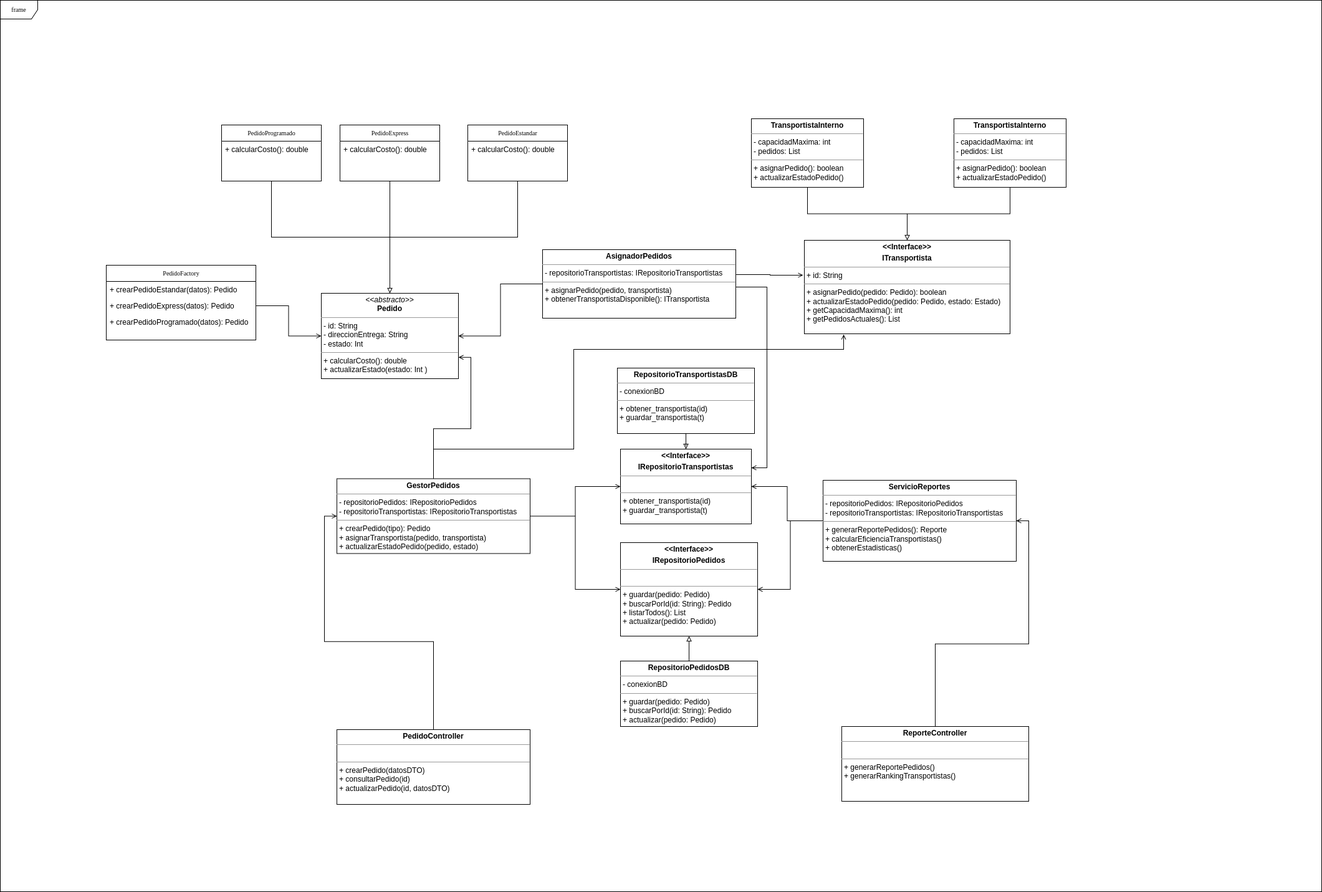
This is DiagramaPedidos.drawio.png from Oblum1989/taller_arquitectura_sw, a draw.io export, as it was before one commit. Source tidied: cells renumbered, new cells last; positions are measured from the earlier drawing's top-left corner, leaving out a move shared by most shapes.
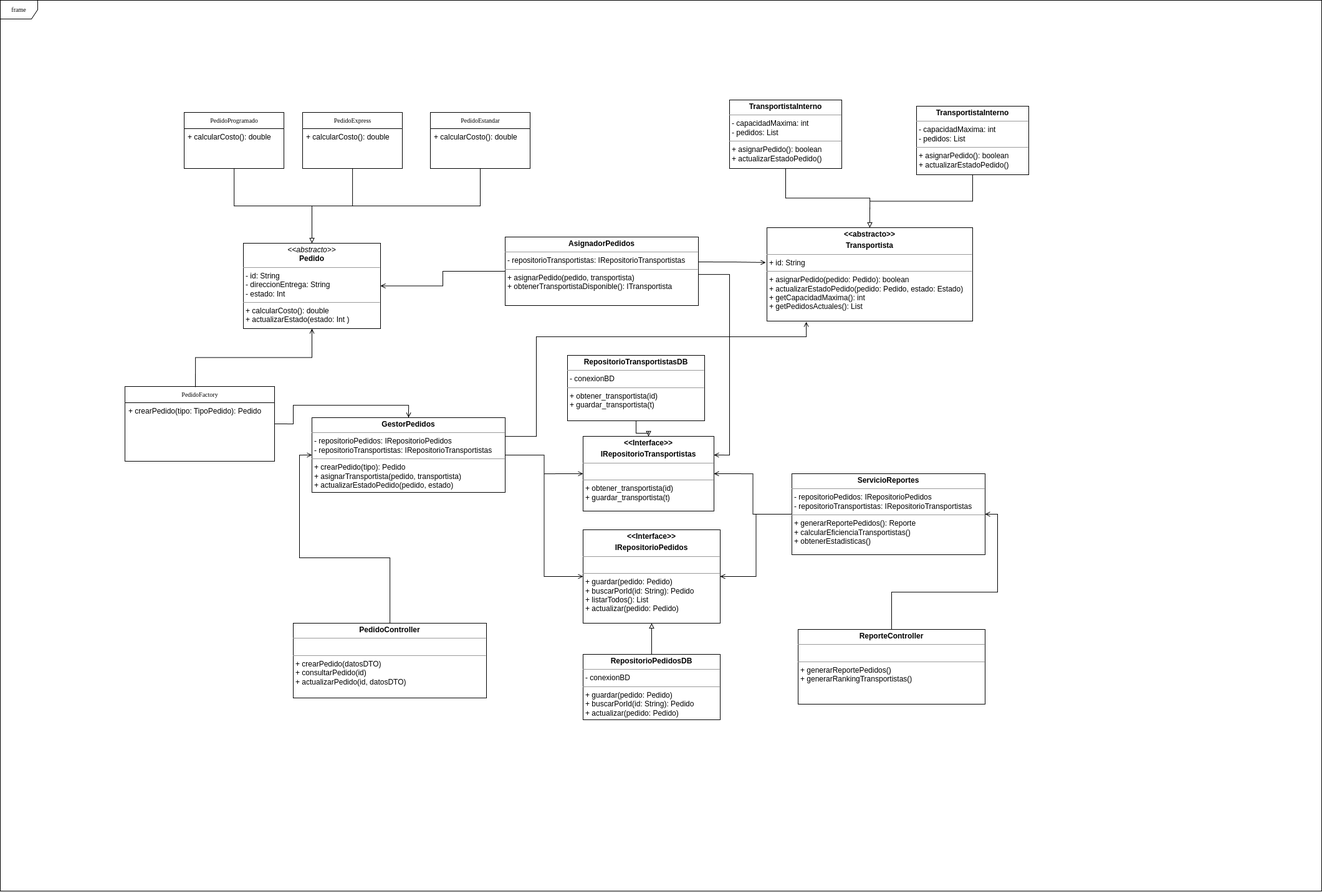
After the change.

Commit message:
Update UML diagram and refine design documentation for Delivery Management System

What changed in the source:
```diff
@@ -3,7 +3,7 @@
     <mxCell id="0" />
     <mxCell id="1" parent="0" />
     <mxCell id="2" value="frame" style="shape=umlFrame;whiteSpace=wrap;html=1;rounded=0;shadow=0;comic=0;labelBackgroundColor=none;strokeWidth=1;fontFamily=Verdana;fontSize=10;align=center;" parent="1" vertex="1">
-      <mxGeometry width="2120" height="1430" as="geometry" />
+      <mxGeometry x="60" y="20" width="2120" height="1430" as="geometry" />
     </mxCell>
     <mxCell id="3" style="edgeStyle=orthogonalEdgeStyle;rounded=0;html=1;dashed=1;labelBackgroundColor=none;startFill=0;endArrow=open;endFill=0;endSize=10;fontFamily=Verdana;fontSize=10;" parent="1" edge="1">
       <mxGeometry relative="1" as="geometry">
@@ -28,17 +28,11 @@
       <mxGeometry y="26" width="160" height="26" as="geometry" />
     </mxCell>
     <mxCell id="8" value="PedidoFactory" style="swimlane;html=1;fontStyle=0;horizontal=1;startSize=26;fillColor=none;swimlaneFillColor=#ffffff;rounded=0;shadow=0;comic=0;labelBackgroundColor=none;strokeWidth=1;fontFamily=Verdana;fontSize=10;align=center;" parent="1" vertex="1">
-      <mxGeometry x="170" y="425" width="240" height="120" as="geometry" />
+      <mxGeometry x="260" y="640" width="240" height="120" as="geometry" />
     </mxCell>
-    <mxCell id="9" value="+ crearPedidoEstandar(datos): Pedido" style="text;html=1;strokeColor=none;fillColor=none;align=left;verticalAlign=top;spacingLeft=4;spacingRight=4;whiteSpace=wrap;overflow=hidden;" parent="8" vertex="1">
+    <mxCell id="9" value="+ crearPedido(tipo: TipoPedido): Pedido" style="text;html=1;strokeColor=none;fillColor=none;align=left;verticalAlign=top;spacingLeft=4;spacingRight=4;whiteSpace=wrap;overflow=hidden;" parent="8" vertex="1">
       <mxGeometry y="26" width="240" height="26" as="geometry" />
     </mxCell>
-    <mxCell id="10" value="+ crearPedidoExpress(datos): Pedido" style="text;html=1;strokeColor=none;fillColor=none;align=left;verticalAlign=top;spacingLeft=4;spacingRight=4;whiteSpace=wrap;overflow=hidden;points=[[0,0.5],[1,0.5]];portConstraint=eastwest;" parent="8" vertex="1">
-      <mxGeometry y="52" width="240" height="26" as="geometry" />
-    </mxCell>
-    <mxCell id="11" value="+ crearPedidoProgramado(datos): Pedido" style="text;html=1;strokeColor=none;fillColor=none;align=left;verticalAlign=top;spacingLeft=4;spacingRight=4;whiteSpace=wrap;overflow=hidden;" parent="8" vertex="1">
-      <mxGeometry y="78" width="240" height="26" as="geometry" />
-    </mxCell>
     <mxCell id="12" style="edgeStyle=orthogonalEdgeStyle;rounded=0;html=1;dashed=1;labelBackgroundColor=none;startFill=0;endArrow=open;endFill=0;endSize=10;fontFamily=Verdana;fontSize=10;" parent="1" edge="1">
       <mxGeometry relative="1" as="geometry">
         <mxPoint x="1200" y="983" as="sourcePoint" />
@@ -53,7 +47,7 @@
       </mxGeometry>
     </mxCell>
     <mxCell id="14" value="&lt;p style=&quot;margin:0px;margin-top:4px;text-align:center;&quot;&gt;&lt;i&gt;&amp;lt;&amp;lt;abstracto&amp;gt;&amp;gt;&lt;/i&gt;&lt;br&gt;&lt;b&gt;Pedido&lt;/b&gt;&lt;/p&gt;&lt;hr size=&quot;1&quot;&gt;&lt;p style=&quot;margin:0px;margin-left:4px;&quot;&gt;&lt;span style=&quot;background-color: transparent; color: light-dark(rgb(0, 0, 0), rgb(255, 255, 255));&quot;&gt;- id: String&lt;/span&gt;&lt;/p&gt;&lt;p style=&quot;margin:0px;margin-left:4px;&quot;&gt;- direccionEntrega: String&lt;/p&gt;&lt;p style=&quot;margin:0px;margin-left:4px;&quot;&gt;- estado: Int&lt;/p&gt;&lt;hr size=&quot;1&quot;&gt;&lt;p style=&quot;margin:0px;margin-left:4px;&quot;&gt;+ calcularCosto(): double&lt;/p&gt;&lt;p style=&quot;margin:0px;margin-left:4px;&quot;&gt;+ actualizarEstado(estado: Int )&lt;/p&gt;" style="verticalAlign=top;align=left;overflow=fill;fontSize=12;fontFamily=Helvetica;html=1;rounded=0;shadow=0;comic=0;labelBackgroundColor=none;strokeWidth=1;" parent="1" vertex="1">
-      <mxGeometry x="515" y="470" width="220" height="137" as="geometry" />
+      <mxGeometry x="450" y="410" width="220" height="137" as="geometry" />
     </mxCell>
     <mxCell id="15" style="edgeStyle=orthogonalEdgeStyle;rounded=0;jettySize=auto;html=1;entryX=1;entryY=0.5;entryDx=0;entryDy=0;endArrow=open;endFill=0;" parent="1" edge="1" source="18" target="14">
       <mxGeometry relative="1" as="geometry" />
@@ -98,7 +92,7 @@
     <mxCell id="25" style="edgeStyle=orthogonalEdgeStyle;rounded=0;jettySize=auto;html=1;entryX=0.5;entryY=0;entryDx=0;entryDy=0;endArrow=block;endFill=0;" parent="1" edge="1" source="23" target="14">
       <mxGeometry relative="1" as="geometry" />
     </mxCell>
-    <mxCell id="26" style="edgeStyle=orthogonalEdgeStyle;rounded=0;jettySize=auto;html=1;endArrow=open;endFill=0;exitX=1;exitY=0.5;exitDx=0;exitDy=0;" parent="1" edge="1" source="10" target="14">
+    <mxCell id="26" style="edgeStyle=orthogonalEdgeStyle;rounded=0;jettySize=auto;html=1;endArrow=open;endFill=0;exitX=0.471;exitY=0.007;exitDx=0;exitDy=0;entryX=0.5;entryY=1;entryDx=0;entryDy=0;exitPerimeter=0;" parent="1" edge="1" source="8" target="14">
       <mxGeometry relative="1" as="geometry" />
     </mxCell>
     <mxCell id="27" style="edgeStyle=orthogonalEdgeStyle;rounded=0;jettySize=auto;html=1;endArrow=block;endFill=0;exitX=0.5;exitY=1;exitDx=0;exitDy=0;entryX=0.5;entryY=0;entryDx=0;entryDy=0;" parent="1" edge="1" source="30" target="29">
@@ -107,16 +101,16 @@
     <mxCell id="28" style="edgeStyle=orthogonalEdgeStyle;rounded=0;jettySize=auto;html=1;exitX=0.5;exitY=1;exitDx=0;exitDy=0;endArrow=block;endFill=0;entryX=0.5;entryY=0;entryDx=0;entryDy=0;" parent="1" edge="1" source="31" target="29">
       <mxGeometry relative="1" as="geometry" />
     </mxCell>
-    <mxCell id="29" value="&lt;p style=&quot;margin:0px;margin-top:4px;text-align:center;&quot;&gt;&lt;b&gt;&amp;lt;&amp;lt;Interface&amp;gt;&amp;gt;&lt;/b&gt;&lt;/p&gt;&lt;p style=&quot;margin:0px;margin-top:4px;text-align:center;&quot;&gt;&lt;b&gt;ITransportista&lt;/b&gt;&lt;/p&gt;&lt;hr size=&quot;1&quot;&gt;&lt;p style=&quot;margin:0px;margin-left:4px;&quot;&gt;+ id: String&lt;/p&gt;&lt;hr size=&quot;1&quot;&gt;&lt;p style=&quot;margin:0px;margin-left:4px;&quot;&gt;+ asignarPedido(pedido: Pedido): boolean&lt;/p&gt;&lt;p style=&quot;margin:0px;margin-left:4px;&quot;&gt;+ actualizarEstadoPedido(pedido: Pedido, estado: Estado)&lt;/p&gt;&lt;p style=&quot;margin:0px;margin-left:4px;&quot;&gt;+ getCapacidadMaxima(): int&lt;/p&gt;&lt;p style=&quot;margin:0px;margin-left:4px;&quot;&gt;+ getPedidosActuales(): List&lt;/p&gt;" style="verticalAlign=top;align=left;overflow=fill;fontSize=12;fontFamily=Helvetica;html=1;rounded=0;shadow=0;comic=0;labelBackgroundColor=none;strokeWidth=1;" parent="1" vertex="1">
+    <mxCell id="29" value="&lt;p style=&quot;margin:0px;margin-top:4px;text-align:center;&quot;&gt;&lt;b&gt;&amp;lt;&amp;lt;abstracto&amp;gt;&amp;gt;&lt;/b&gt;&lt;/p&gt;&lt;p style=&quot;margin:0px;margin-top:4px;text-align:center;&quot;&gt;&lt;b&gt;Transportista&lt;/b&gt;&lt;/p&gt;&lt;hr size=&quot;1&quot;&gt;&lt;p style=&quot;margin:0px;margin-left:4px;&quot;&gt;+ id: String&lt;/p&gt;&lt;hr size=&quot;1&quot;&gt;&lt;p style=&quot;margin:0px;margin-left:4px;&quot;&gt;+ asignarPedido(pedido: Pedido): boolean&lt;/p&gt;&lt;p style=&quot;margin:0px;margin-left:4px;&quot;&gt;+ actualizarEstadoPedido(pedido: Pedido, estado: Estado)&lt;/p&gt;&lt;p style=&quot;margin:0px;margin-left:4px;&quot;&gt;+ getCapacidadMaxima(): int&lt;/p&gt;&lt;p style=&quot;margin:0px;margin-left:4px;&quot;&gt;+ getPedidosActuales(): List&lt;/p&gt;" style="verticalAlign=top;align=left;overflow=fill;fontSize=12;fontFamily=Helvetica;html=1;rounded=0;shadow=0;comic=0;labelBackgroundColor=none;strokeWidth=1;" parent="1" vertex="1">
       <mxGeometry x="1290" y="385" width="330" height="150" as="geometry" />
     </mxCell>
     <mxCell id="30" value="&lt;p style=&quot;margin:0px;margin-top:4px;text-align:center;&quot;&gt;&lt;b&gt;TransportistaInterno&lt;/b&gt;&lt;/p&gt;&lt;hr size=&quot;1&quot;&gt;&lt;p style=&quot;margin:0px;margin-left:4px;&quot;&gt;- capacidadMaxima: int&lt;/p&gt;&lt;p style=&quot;margin:0px;margin-left:4px;&quot;&gt;- pedidos: List&lt;/p&gt;&lt;hr size=&quot;1&quot;&gt;&lt;p style=&quot;margin:0px;margin-left:4px;&quot;&gt;+ asignarPedido(): boolean&lt;/p&gt;&lt;p style=&quot;margin:0px;margin-left:4px;&quot;&gt;+ actualizarEstadoPedido()&lt;/p&gt;" style="verticalAlign=top;align=left;overflow=fill;fontSize=12;fontFamily=Helvetica;html=1;rounded=0;shadow=0;comic=0;labelBackgroundColor=none;strokeWidth=1;" parent="1" vertex="1">
-      <mxGeometry x="1205" y="190" width="180" height="110" as="geometry" />
+      <mxGeometry x="1230" y="180" width="180" height="110" as="geometry" />
     </mxCell>
     <mxCell id="31" value="&lt;p style=&quot;margin:0px;margin-top:4px;text-align:center;&quot;&gt;&lt;b&gt;TransportistaInterno&lt;/b&gt;&lt;/p&gt;&lt;hr size=&quot;1&quot;&gt;&lt;p style=&quot;margin:0px;margin-left:4px;&quot;&gt;- capacidadMaxima: int&lt;/p&gt;&lt;p style=&quot;margin:0px;margin-left:4px;&quot;&gt;- pedidos: List&lt;/p&gt;&lt;hr size=&quot;1&quot;&gt;&lt;p style=&quot;margin:0px;margin-left:4px;&quot;&gt;+ asignarPedido(): boolean&lt;/p&gt;&lt;p style=&quot;margin:0px;margin-left:4px;&quot;&gt;+ actualizarEstadoPedido()&lt;/p&gt;" style="verticalAlign=top;align=left;overflow=fill;fontSize=12;fontFamily=Helvetica;html=1;rounded=0;shadow=0;comic=0;labelBackgroundColor=none;strokeWidth=1;" parent="1" vertex="1">
       <mxGeometry x="1530" y="190" width="180" height="110" as="geometry" />
     </mxCell>
-    <mxCell id="32" style="edgeStyle=orthogonalEdgeStyle;rounded=0;jettySize=auto;html=1;entryX=1;entryY=0.75;entryDx=0;entryDy=0;endArrow=open;endFill=0;" parent="1" edge="1" source="36" target="14">
+    <mxCell id="32" style="edgeStyle=orthogonalEdgeStyle;rounded=0;jettySize=auto;html=1;entryX=0.5;entryY=0;entryDx=0;entryDy=0;endArrow=open;endFill=0;exitX=1;exitY=0.5;exitDx=0;exitDy=0;" parent="1" edge="1" source="8" target="36">
       <mxGeometry relative="1" as="geometry" />
     </mxCell>
     <mxCell id="33" style="edgeStyle=orthogonalEdgeStyle;rounded=0;jettySize=auto;html=1;entryX=0;entryY=0.5;entryDx=0;entryDy=0;endArrow=open;endFill=0;" parent="1" edge="1" source="36" target="40">
@@ -136,13 +130,13 @@
       </mxGeometry>
     </mxCell>
     <mxCell id="36" value="&lt;p style=&quot;margin:0px;margin-top:4px;text-align:center;&quot;&gt;&lt;b&gt;GestorPedidos&lt;/b&gt;&lt;/p&gt;&lt;hr size=&quot;1&quot;&gt;&lt;p style=&quot;margin:0px;margin-left:4px;&quot;&gt;- repositorioPedidos: IRepositorioPedidos&lt;/p&gt;&lt;p style=&quot;margin:0px;margin-left:4px;&quot;&gt;- repositorioTransportistas: IRepositorioTransportistas&lt;/p&gt;&lt;hr size=&quot;1&quot;&gt;&lt;p style=&quot;margin:0px;margin-left:4px;&quot;&gt;+ crearPedido(tipo): Pedido&lt;/p&gt;&lt;p style=&quot;margin:0px;margin-left:4px;&quot;&gt;+ asignarTransportista(pedido, transportista)&lt;/p&gt;&lt;p style=&quot;margin:0px;margin-left:4px;&quot;&gt;+ actualizarEstadoPedido(pedido, estado)&lt;/p&gt;" style="verticalAlign=top;align=left;overflow=fill;fontSize=12;fontFamily=Helvetica;html=1;rounded=0;shadow=0;comic=0;labelBackgroundColor=none;strokeWidth=1;" parent="1" vertex="1">
-      <mxGeometry x="540" y="767.5" width="310" height="120" as="geometry" />
+      <mxGeometry x="560" y="690" width="310" height="120" as="geometry" />
     </mxCell>
     <mxCell id="37" style="edgeStyle=orthogonalEdgeStyle;rounded=0;jettySize=auto;html=1;entryX=0;entryY=0.5;entryDx=0;entryDy=0;endArrow=open;endFill=0;" parent="1" edge="1" source="38" target="36">
       <mxGeometry relative="1" as="geometry" />
     </mxCell>
     <mxCell id="38" value="&lt;p style=&quot;margin:0px;margin-top:4px;text-align:center;&quot;&gt;&lt;b&gt;PedidoController&lt;/b&gt;&lt;/p&gt;&lt;hr size=&quot;1&quot;&gt;&lt;p style=&quot;margin:0px;margin-left:4px;&quot;&gt;&lt;br&gt;&lt;/p&gt;&lt;hr size=&quot;1&quot;&gt;&lt;p style=&quot;margin:0px;margin-left:4px;&quot;&gt;+ crearPedido(datosDTO)&lt;/p&gt;&lt;p style=&quot;margin:0px;margin-left:4px;&quot;&gt;+ consultarPedido(id)&lt;/p&gt;&lt;p style=&quot;margin:0px;margin-left:4px;&quot;&gt;+ actualizarPedido(id, datosDTO)&lt;/p&gt;" style="verticalAlign=top;align=left;overflow=fill;fontSize=12;fontFamily=Helvetica;html=1;rounded=0;shadow=0;comic=0;labelBackgroundColor=none;strokeWidth=1;" parent="1" vertex="1">
-      <mxGeometry x="540" y="1170" width="310" height="120" as="geometry" />
+      <mxGeometry x="530" y="1020" width="310" height="120" as="geometry" />
     </mxCell>
     <mxCell id="39" value="&lt;p style=&quot;margin:0px;margin-top:4px;text-align:center;&quot;&gt;&lt;b&gt;&amp;lt;&amp;lt;Interface&amp;gt;&amp;gt;&lt;/b&gt;&lt;/p&gt;&lt;p style=&quot;margin:0px;margin-top:4px;text-align:center;&quot;&gt;&lt;b&gt;IRepositorioTransportistas&lt;/b&gt;&lt;/p&gt;&lt;hr size=&quot;1&quot;&gt;&lt;p style=&quot;margin:0px;margin-left:4px;&quot;&gt;&lt;br&gt;&lt;/p&gt;&lt;hr size=&quot;1&quot;&gt;&lt;p style=&quot;margin:0px;margin-left:4px;&quot;&gt;+ obtener_transportista(id)&lt;/p&gt;&lt;p style=&quot;margin:0px;margin-left:4px;&quot;&gt;+ guardar_transportista(t)&lt;/p&gt;" style="verticalAlign=top;align=left;overflow=fill;fontSize=12;fontFamily=Helvetica;html=1;rounded=0;shadow=0;comic=0;labelBackgroundColor=none;strokeWidth=1;" parent="1" vertex="1">
       <mxGeometry x="995" y="720" width="210" height="120" as="geometry" />
@@ -154,10 +148,10 @@
       <mxGeometry relative="1" as="geometry" />
     </mxCell>
     <mxCell id="42" value="&lt;p style=&quot;margin:0px;margin-top:4px;text-align:center;&quot;&gt;&lt;b&gt;RepositorioTransportistasDB&lt;/b&gt;&lt;/p&gt;&lt;hr size=&quot;1&quot;&gt;&lt;p style=&quot;margin:0px;margin-left:4px;&quot;&gt;- conexionBD&amp;nbsp;&lt;/p&gt;&lt;hr size=&quot;1&quot;&gt;&lt;p style=&quot;margin:0px;margin-left:4px;&quot;&gt;+ obtener_transportista(id)&lt;/p&gt;&lt;p style=&quot;margin:0px;margin-left:4px;&quot;&gt;+ guardar_transportista(t)&lt;/p&gt;" style="verticalAlign=top;align=left;overflow=fill;fontSize=12;fontFamily=Helvetica;html=1;rounded=0;shadow=0;comic=0;labelBackgroundColor=none;strokeWidth=1;" parent="1" vertex="1">
-      <mxGeometry x="990" y="590" width="220" height="105" as="geometry" />
+      <mxGeometry x="970" y="590" width="220" height="105" as="geometry" />
     </mxCell>
     <mxCell id="43" value="&lt;p style=&quot;margin:0px;margin-top:4px;text-align:center;&quot;&gt;&lt;b&gt;RepositorioPedidosDB&lt;/b&gt;&lt;/p&gt;&lt;hr size=&quot;1&quot;&gt;&lt;p style=&quot;margin:0px;margin-left:4px;&quot;&gt;- conexionBD&amp;nbsp;&lt;/p&gt;&lt;hr size=&quot;1&quot;&gt;&lt;p style=&quot;margin:0px;margin-left:4px;&quot;&gt;+ guardar(pedido: Pedido)&lt;/p&gt;&lt;p style=&quot;margin:0px;margin-left:4px;&quot;&gt;+ buscarPorId(id: String): Pedido&lt;/p&gt;&lt;p style=&quot;margin:0px;margin-left:4px;&quot;&gt;+ actualizar(pedido: Pedido)&lt;/p&gt;" style="verticalAlign=top;align=left;overflow=fill;fontSize=12;fontFamily=Helvetica;html=1;rounded=0;shadow=0;comic=0;labelBackgroundColor=none;strokeWidth=1;" parent="1" vertex="1">
-      <mxGeometry x="995" y="1060" width="220" height="105" as="geometry" />
+      <mxGeometry x="995" y="1070" width="220" height="105" as="geometry" />
     </mxCell>
     <mxCell id="44" style="edgeStyle=orthogonalEdgeStyle;rounded=0;jettySize=auto;html=1;entryX=0.5;entryY=1;entryDx=0;entryDy=0;endArrow=block;endFill=0;" parent="1" edge="1" source="43" target="40">
       <mxGeometry relative="1" as="geometry" />
@@ -166,13 +160,13 @@
       <mxGeometry relative="1" as="geometry" />
     </mxCell>
     <mxCell id="46" value="&lt;p style=&quot;margin:0px;margin-top:4px;text-align:center;&quot;&gt;&lt;b&gt;ReporteController&lt;/b&gt;&lt;/p&gt;&lt;hr size=&quot;1&quot;&gt;&lt;p style=&quot;margin:0px;margin-left:4px;&quot;&gt;&amp;nbsp;&lt;/p&gt;&lt;hr size=&quot;1&quot;&gt;&lt;p style=&quot;margin:0px;margin-left:4px;&quot;&gt;+ generarReportePedidos()&lt;/p&gt;&lt;p style=&quot;margin:0px;margin-left:4px;&quot;&gt;+ generarRankingTransportistas()&lt;/p&gt;" style="verticalAlign=top;align=left;overflow=fill;fontSize=12;fontFamily=Helvetica;html=1;rounded=0;shadow=0;comic=0;labelBackgroundColor=none;strokeWidth=1;" parent="1" vertex="1">
-      <mxGeometry x="1350" y="1165" width="300" height="120" as="geometry" />
+      <mxGeometry x="1340" y="1030" width="300" height="120" as="geometry" />
     </mxCell>
     <mxCell id="47" style="edgeStyle=orthogonalEdgeStyle;rounded=0;jettySize=auto;html=1;entryX=1;entryY=0.5;entryDx=0;entryDy=0;endArrow=open;endFill=0;" parent="1" edge="1" source="48" target="40">
       <mxGeometry relative="1" as="geometry" />
     </mxCell>
     <mxCell id="48" value="&lt;p style=&quot;margin:0px;margin-top:4px;text-align:center;&quot;&gt;&lt;b&gt;ServicioReportes&lt;/b&gt;&lt;/p&gt;&lt;hr size=&quot;1&quot;&gt;&lt;p style=&quot;margin:0px;margin-left:4px;&quot;&gt;- repositorioPedidos: IRepositorioPedidos&lt;br&gt;- repositorioTransportistas: IRepositorioTransportistas&amp;nbsp;&lt;/p&gt;&lt;hr size=&quot;1&quot;&gt;&lt;p style=&quot;margin:0px;margin-left:4px;&quot;&gt;+ generarReportePedidos(): Reporte&lt;/p&gt;&lt;p style=&quot;margin:0px;margin-left:4px;&quot;&gt;+ calcularEficienciaTransportistas()&lt;/p&gt;&lt;p style=&quot;margin:0px;margin-left:4px;&quot;&gt;+ obtenerEstadisticas()&lt;/p&gt;" style="verticalAlign=top;align=left;overflow=fill;fontSize=12;fontFamily=Helvetica;html=1;rounded=0;shadow=0;comic=0;labelBackgroundColor=none;strokeWidth=1;" parent="1" vertex="1">
-      <mxGeometry x="1320" y="770" width="310" height="130" as="geometry" />
+      <mxGeometry x="1330" y="780" width="310" height="130" as="geometry" />
     </mxCell>
     <mxCell id="49" style="edgeStyle=orthogonalEdgeStyle;rounded=0;jettySize=auto;html=1;entryX=1;entryY=0.5;entryDx=0;entryDy=0;endArrow=open;endFill=0;" parent="1" edge="1" source="48" target="39">
       <mxGeometry relative="1" as="geometry" />
```
